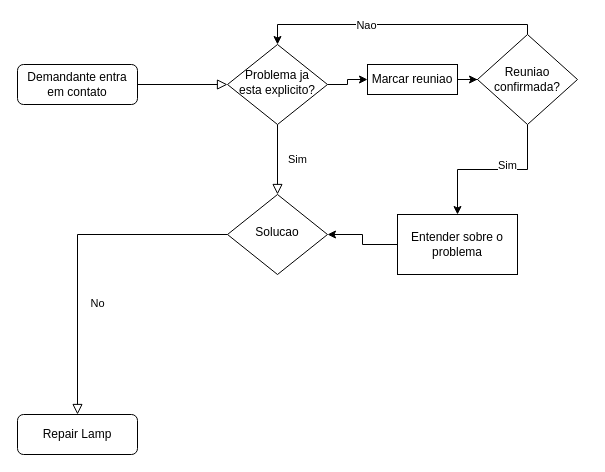
lealgabryell/lealgabryell keeps this draw.io diagram as page "Inicio" (1 of 3) of FluxogramaProjetoIntegrador.drawio. Above is the earlier version. Source tidied: cells renumbered, new cells numbered last; positions are measured from the earlier drawing's top-left corner, leaving out a move shared by most shapes. Both pictures are drawn from the tidied source at 100%, with x=0, y=0 at pixel (17, 24).
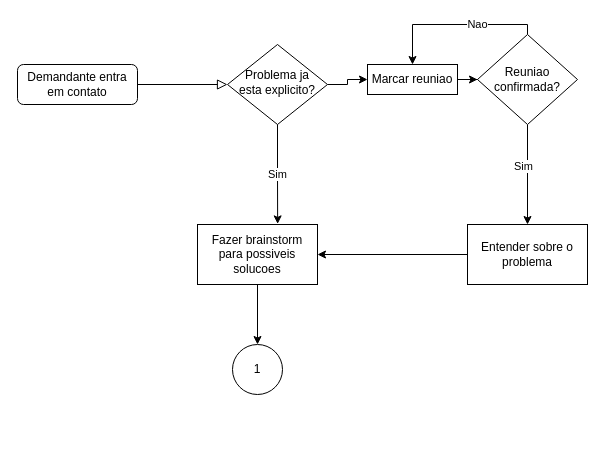
The same diagram, later.

Unchanged cells that the change refers to:
```xml
<mxCell id="6" value="Problema ja esta explicito?" style="rhombus;whiteSpace=wrap;html=1;shadow=0;fontFamily=Helvetica;fontSize=12;align=center;strokeWidth=1;spacing=6;spacingTop=-4;" parent="1" vertex="1">
  <mxGeometry x="210" y="20" width="100" height="80" as="geometry" />
</mxCell>
<mxCell id="14" value="Reuniao confirmada?" style="rhombus;whiteSpace=wrap;html=1;" parent="1" vertex="1">
  <mxGeometry x="460" y="10" width="100" height="90" as="geometry" />
</mxCell>
<mxCell id="18" value="Marcar reuniao" style="rounded=0;whiteSpace=wrap;html=1;" parent="1" vertex="1">
  <mxGeometry x="350" y="40" width="90" height="30" as="geometry" />
</mxCell>
```

The edit, as a diff of the source:
```diff
@@
-    <mxCell id="4" value="Sim" style="rounded=0;html=1;jettySize=auto;fontSize=11;endArrow=block;endFill=0;endSize=8;strokeWidth=1;shadow=0;labelBackgroundColor=none;edgeStyle=orthogonalEdgeStyle;" parent="1" edge="1" source="6" target="8">
-      <mxGeometry y="20" relative="1" as="geometry" />
-    </mxCell>
@@
-    <mxCell id="7" value="No" style="rounded=0;html=1;jettySize=auto;fontSize=11;endArrow=block;endFill=0;endSize=8;strokeWidth=1;shadow=0;labelBackgroundColor=none;edgeStyle=orthogonalEdgeStyle;" parent="1" edge="1" source="8" target="9">
-      <mxGeometry x="0.33" y="20" relative="1" as="geometry" />
-    </mxCell>
-    <mxCell id="8" value="Solucao" style="rhombus;whiteSpace=wrap;html=1;shadow=0;fontFamily=Helvetica;fontSize=12;align=center;strokeWidth=1;spacing=6;spacingTop=-4;" parent="1" vertex="1">
-      <mxGeometry x="210" y="170" width="100" height="80" as="geometry" />
-    </mxCell>
-    <mxCell id="9" value="Repair Lamp" style="rounded=1;whiteSpace=wrap;html=1;fontSize=12;glass=0;strokeWidth=1;shadow=0;" parent="1" vertex="1">
-      <mxGeometry y="390" width="120" height="40" as="geometry" />
-    </mxCell>
@@
-    <mxCell id="12" style="edgeStyle=orthogonalEdgeStyle;rounded=0;jettySize=auto;html=1;entryX=0.5;entryY=0;entryDx=0;entryDy=0;" parent="1" edge="1" source="14" target="6">
-      <mxGeometry relative="1" as="geometry">
-        <Array as="points">
-          <mxPoint x="510" />
-          <mxPoint x="260" />
-        </Array>
-      </mxGeometry>
-    </mxCell>
-    <mxCell id="13" value="Nao" style="edgeLabel;html=1;align=center;verticalAlign=middle;" parent="12" vertex="1">
-      <mxGeometry x="0.23" relative="1" as="geometry" />
+    <mxCell id="13" value="Nao" style="edgeStyle=orthogonalEdgeStyle;rounded=0;jettySize=auto;html=1;entryX=0.5;entryY=0;entryDx=0;entryDy=0;" parent="1" edge="1" source="14" target="18">
+      <mxGeometry x="-0.27" relative="1" as="geometry">
+        <Array as="points">
+          <mxPoint x="510" />
+          <mxPoint x="395" />
+        </Array>
+      </mxGeometry>
     </mxCell>
@@
-    <mxCell id="15" style="edgeStyle=orthogonalEdgeStyle;rounded=0;jettySize=auto;html=1;entryX=1;entryY=0.5;entryDx=0;entryDy=0;" parent="1" edge="1" source="16" target="8">
-      <mxGeometry relative="1" as="geometry" />
-    </mxCell>
+    <mxCell id="19" style="edgeStyle=orthogonalEdgeStyle;rounded=0;jettySize=auto;html=1;entryX=1;entryY=0.5;entryDx=0;entryDy=0;" parent="1" edge="1" source="16" target="21">
+      <mxGeometry relative="1" as="geometry" />
+    </mxCell>
     <mxCell id="16" value="Entender sobre o problema" style="rounded=0;whiteSpace=wrap;html=1;" parent="1" vertex="1">
-      <mxGeometry x="380" y="190" width="120" height="60" as="geometry" />
+      <mxGeometry x="450" y="200" width="120" height="60" as="geometry" />
     </mxCell>
@@
+    <mxCell id="20" style="edgeStyle=orthogonalEdgeStyle;rounded=0;jettySize=auto;html=1;" parent="1" edge="1" source="21" target="22">
+      <mxGeometry relative="1" as="geometry" />
+    </mxCell>
+    <mxCell id="21" value="Fazer brainstorm para possiveis solucoes" style="rounded=0;whiteSpace=wrap;html=1;" parent="1" vertex="1">
+      <mxGeometry x="180" y="200" width="120" height="60" as="geometry" />
+    </mxCell>
+    <mxCell id="4" value="Sim" style="edgeStyle=orthogonalEdgeStyle;rounded=0;jettySize=auto;html=1;entryX=0.668;entryY=-0.01;entryDx=0;entryDy=0;entryPerimeter=0;" parent="1" edge="1" source="6" target="21">
+      <mxGeometry relative="1" as="geometry" />
+    </mxCell>
+    <mxCell id="22" value="1" style="ellipse;whiteSpace=wrap;html=1;" parent="1" vertex="1">
+      <mxGeometry x="215" y="320" width="50" height="50" as="geometry" />
+    </mxCell>
```
